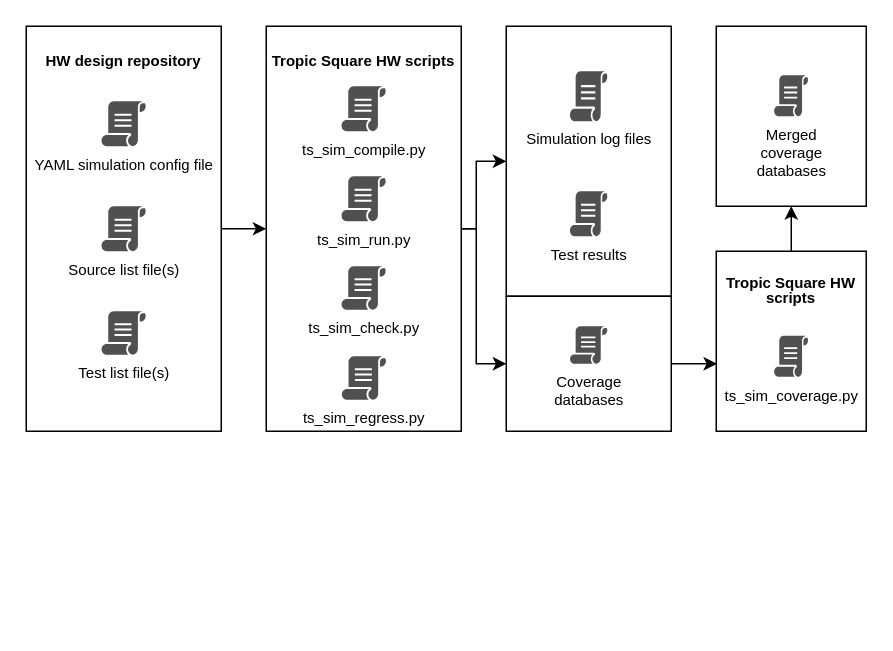
Before: page "Main block diagram" (1 of 2) of doc/ts_sim_user_guide/img/pictures.drawio in tropicsquare/ts-hw-scripts, a draw.io diagram. Source tidied: cells renumbered, new cells numbered last; positions are measured from the earlier drawing's top-left corner, leaving out a move shared by most shapes. Both pictures are drawn from the tidied source at 150%, with x=0, y=0 at pixel (26, 26).
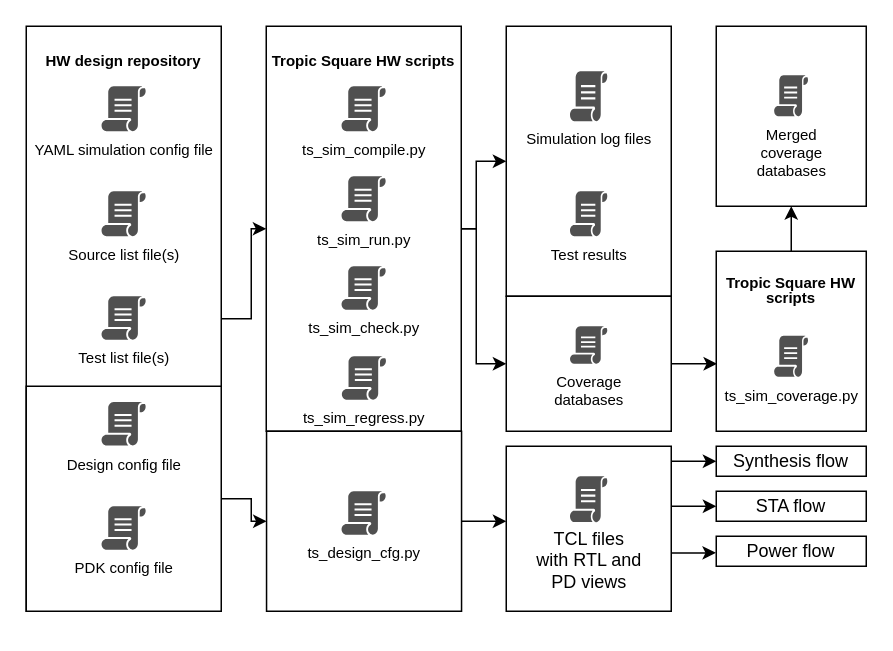
After the change.

Commit message (it also covers changes not shown here):
doc: Adjust documentation of ts-hw-scripts with PDK/Design config files.

What changed in the source:
```diff
@@
     <mxCell id="2" value="&#10;&#10;&#10;&#10;&#10;&#10;&#10;&#10;" style="group;fontSize=10;" parent="1" vertex="1">
-      <mxGeometry width="130" height="270" as="geometry" />
+      <mxGeometry width="140" height="399.5" as="geometry" />
     </mxCell>
     <mxCell id="3" value="&lt;p style=&quot;line-height: 140%&quot;&gt;HW design repository&lt;br style=&quot;font-size: 10px&quot;&gt;&lt;/p&gt;" style="whiteSpace=wrap;html=1;fontSize=10;verticalAlign=top;fontStyle=1;" parent="2" vertex="1">
-      <mxGeometry width="130" height="270" as="geometry" />
+      <mxGeometry width="130" height="390" as="geometry" />
     </mxCell>
     <mxCell id="4" value="YAML simulation config file" style="shadow=0;dashed=0;html=1;strokeColor=none;fillColor=#505050;labelPosition=center;verticalLabelPosition=bottom;verticalAlign=top;align=center;shape=mxgraph.office.concepts.script;fontSize=10;" parent="2" vertex="1">
-      <mxGeometry x="50.2" y="50" width="29.7" height="30" as="geometry" />
+      <mxGeometry x="50.2" y="40" width="29.7" height="30" as="geometry" />
     </mxCell>
     <mxCell id="5" value="Source list file(s)" style="shadow=0;dashed=0;html=1;strokeColor=none;fillColor=#505050;labelPosition=center;verticalLabelPosition=bottom;verticalAlign=top;align=center;shape=mxgraph.office.concepts.script;fontSize=10;" parent="2" vertex="1">
-      <mxGeometry x="50.2" y="120" width="29.7" height="30" as="geometry" />
+      <mxGeometry x="50.2" y="110" width="29.7" height="30" as="geometry" />
     </mxCell>
     <mxCell id="6" value="Test list file(s)" style="shadow=0;dashed=0;html=1;strokeColor=none;fillColor=#505050;labelPosition=center;verticalLabelPosition=bottom;verticalAlign=top;align=center;shape=mxgraph.office.concepts.script;fontSize=10;" parent="2" vertex="1">
-      <mxGeometry x="50.2" y="190" width="29.7" height="29" as="geometry" />
+      <mxGeometry x="50.2" y="180" width="29.7" height="29" as="geometry" />
     </mxCell>
+    <mxCell id="31" value="&#10;&#10;&#10;&#10;&#10;&#10;&#10;&#10;" style="group;fontSize=10;" parent="2" vertex="1">
+      <mxGeometry y="240" width="130" height="150" as="geometry" />
+    </mxCell>
+    <mxCell id="32" value="&lt;p style=&quot;line-height: 140%&quot;&gt;&lt;br&gt;&lt;/p&gt;" style="whiteSpace=wrap;html=1;fontSize=10;verticalAlign=top;" parent="31" vertex="1">
+      <mxGeometry width="130" height="150" as="geometry" />
+    </mxCell>
+    <mxCell id="33" value="Design config file" style="shadow=0;dashed=0;html=1;strokeColor=none;fillColor=#505050;labelPosition=center;verticalLabelPosition=bottom;verticalAlign=top;align=center;shape=mxgraph.office.concepts.script;fontSize=10;" parent="2" vertex="1">
+      <mxGeometry x="50.2" y="250.5" width="29.7" height="29" as="geometry" />
+    </mxCell>
+    <mxCell id="34" value="PDK config file" style="shadow=0;dashed=0;html=1;strokeColor=none;fillColor=#505050;labelPosition=center;verticalLabelPosition=bottom;verticalAlign=top;align=center;shape=mxgraph.office.concepts.script;fontSize=10;" parent="2" vertex="1">
+      <mxGeometry x="50.2" y="320" width="29.7" height="29" as="geometry" />
+    </mxCell>
@@
+    <mxCell id="35" value="&#10;&#10;&#10;&#10;&#10;&#10;&#10;&#10;" style="group;fontSize=10;" parent="1" vertex="1">
+      <mxGeometry x="160.2" y="270" width="130" height="120" as="geometry" />
+    </mxCell>
+    <mxCell id="36" value="&lt;p style=&quot;line-height: 140%&quot;&gt;&lt;br&gt;&lt;/p&gt;" style="whiteSpace=wrap;html=1;fontSize=10;verticalAlign=top;" parent="35" vertex="1">
+      <mxGeometry width="130" height="120" as="geometry" />
+    </mxCell>
+    <mxCell id="37" value="ts_design_cfg.py" style="shadow=0;dashed=0;html=1;strokeColor=none;fillColor=#505050;labelPosition=center;verticalLabelPosition=bottom;verticalAlign=top;align=center;shape=mxgraph.office.concepts.script;fontSize=10;" parent="35" vertex="1">
+      <mxGeometry x="50" y="40" width="29.7" height="29" as="geometry" />
+    </mxCell>
+    <mxCell id="38" value="&#10;&#10;&#10;&#10;&#10;&#10;&#10;&#10;" style="group;fontSize=10;verticalAlign=top;" parent="1" vertex="1">
+      <mxGeometry x="320" y="280" width="110" height="110" as="geometry" />
+    </mxCell>
+    <mxCell id="39" value="&lt;p style=&quot;line-height: 100%&quot;&gt;&lt;br style=&quot;font-size: 10px&quot;&gt;&lt;/p&gt;" style="whiteSpace=wrap;html=1;fontSize=10;verticalAlign=top;" parent="38" vertex="1">
+      <mxGeometry width="110" height="110" as="geometry" />
+    </mxCell>
+    <mxCell id="40" style="shadow=0;dashed=0;html=1;strokeColor=none;fillColor=#505050;labelPosition=center;verticalLabelPosition=bottom;verticalAlign=top;align=center;shape=mxgraph.office.concepts.script;fontSize=10;whiteSpace=wrap;" parent="38" vertex="1">
+      <mxGeometry x="42.5" y="20" width="25.1" height="30.6" as="geometry" />
+    </mxCell>
+    <mxCell id="41" value="TCL files&lt;br&gt;with RTL and &lt;br&gt;PD views" style="text;html=1;align=center;verticalAlign=middle;strokeColor=none;fillColor=none;" parent="38" vertex="1">
+      <mxGeometry x="10" y="50.6" width="90" height="50" as="geometry" />
+    </mxCell>
+    <mxCell id="42" value="Synthesis flow" style="rounded=0;whiteSpace=wrap;html=1;" parent="1" vertex="1">
+      <mxGeometry x="460" y="280" width="100" height="20" as="geometry" />
+    </mxCell>
+    <mxCell id="43" value="STA flow" style="rounded=0;whiteSpace=wrap;html=1;" parent="1" vertex="1">
+      <mxGeometry x="460" y="310" width="100" height="20" as="geometry" />
+    </mxCell>
+    <mxCell id="44" style="edgeStyle=orthogonalEdgeStyle;rounded=0;jettySize=auto;html=1;entryX=0;entryY=0.5;entryDx=0;entryDy=0;" parent="1" edge="1" source="39" target="42">
+      <mxGeometry relative="1" as="geometry">
+        <Array as="points">
+          <mxPoint x="440" y="290" />
+          <mxPoint x="440" y="290" />
+        </Array>
+      </mxGeometry>
+    </mxCell>
+    <mxCell id="45" style="edgeStyle=orthogonalEdgeStyle;rounded=0;jettySize=auto;html=1;entryX=0;entryY=0.5;entryDx=0;entryDy=0;" parent="1" edge="1" source="39" target="43">
+      <mxGeometry relative="1" as="geometry">
+        <Array as="points">
+          <mxPoint x="440" y="320" />
+          <mxPoint x="440" y="320" />
+        </Array>
+      </mxGeometry>
+    </mxCell>
+    <mxCell id="46" value="Power flow" style="rounded=0;whiteSpace=wrap;html=1;" parent="1" vertex="1">
+      <mxGeometry x="460" y="340" width="100" height="20" as="geometry" />
+    </mxCell>
+    <mxCell id="47" style="edgeStyle=orthogonalEdgeStyle;rounded=0;jettySize=auto;html=1;entryX=-0.002;entryY=0.554;entryDx=0;entryDy=0;entryPerimeter=0;" parent="1" edge="1" source="39" target="46">
+      <mxGeometry relative="1" as="geometry">
+        <Array as="points">
+          <mxPoint x="450" y="351" />
+        </Array>
+      </mxGeometry>
+    </mxCell>
+    <mxCell id="48" style="edgeStyle=orthogonalEdgeStyle;rounded=0;jettySize=auto;html=1;entryX=0;entryY=0.455;entryDx=0;entryDy=0;entryPerimeter=0;" parent="1" edge="1" source="36" target="39">
+      <mxGeometry relative="1" as="geometry" />
+    </mxCell>
+    <mxCell id="49" style="edgeStyle=orthogonalEdgeStyle;rounded=0;jettySize=auto;html=1;entryX=0;entryY=0.5;entryDx=0;entryDy=0;" parent="1" edge="1" source="32" target="36">
+      <mxGeometry relative="1" as="geometry" />
+    </mxCell>
```
